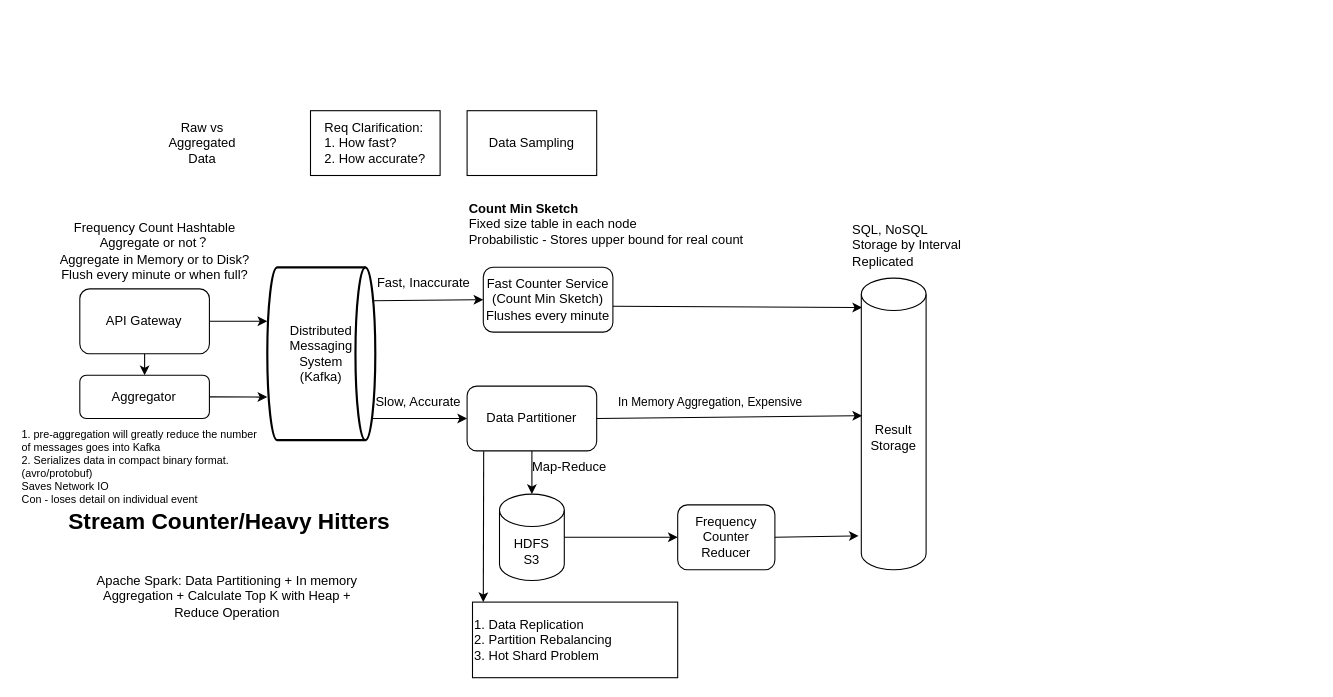
Before: 4_TopK.drawio in xwq172677170/SysdDiagram, a draw.io diagram. Source tidied: cells renumbered, new cells numbered last; positions are measured from the earlier drawing's top-left corner, leaving out a move shared by most shapes. Both pictures are drawn from the tidied source at 108%, with x=0, y=0 at pixel (18, 110).
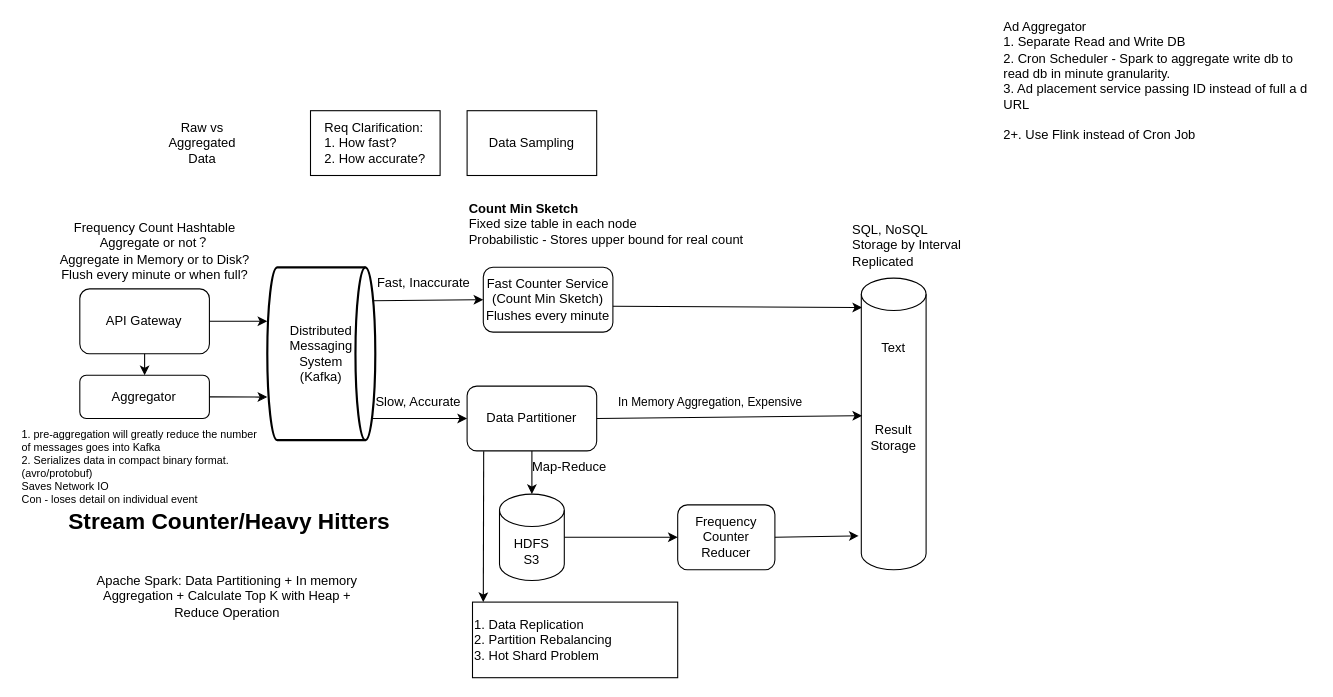
The same diagram, later.

What changed in the source:
```diff
@@
+    <mxCell id="35" value="Ad Aggregator&lt;div&gt;1. Separate Read and Write DB&lt;/div&gt;&lt;div&gt;2. Cron Scheduler - Spark to aggregate write db to read db in minute granularity.&lt;/div&gt;&lt;div&gt;3. Ad placement service passing ID instead of full a d URL&lt;/div&gt;&lt;div&gt;&lt;br&gt;&lt;/div&gt;&lt;div&gt;2+. Use Flink instead of Cron Job&amp;nbsp;&lt;/div&gt;&lt;div&gt;&lt;br&gt;&lt;/div&gt;" style="text;html=1;align=left;verticalAlign=middle;whiteSpace=wrap;rounded=0;" parent="1" vertex="1">
+      <mxGeometry x="910" y="-75" width="290" height="110" as="geometry" />
+    </mxCell>
+    <mxCell id="36" value="Text" style="text;html=1;align=center;verticalAlign=middle;whiteSpace=wrap;rounded=0;" parent="1" vertex="1">
+      <mxGeometry x="780" y="205" width="60" height="30" as="geometry" />
+    </mxCell>
```
